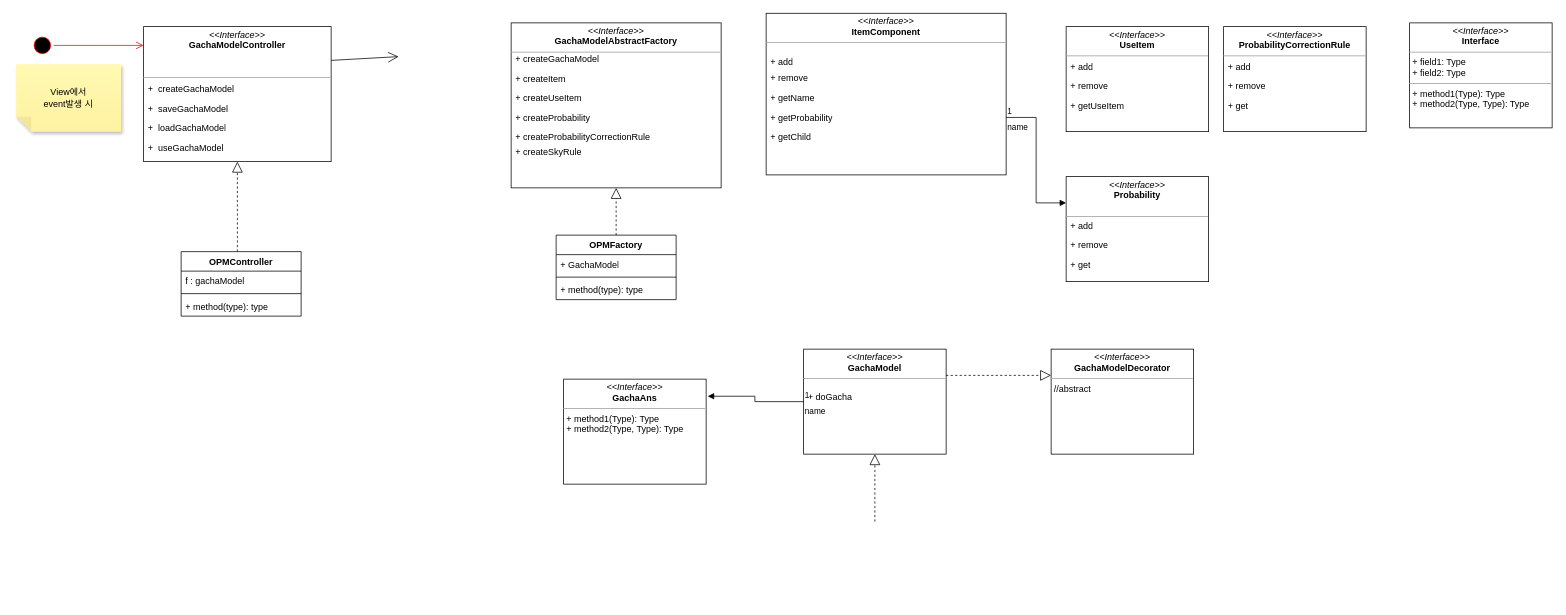
Before: gachaV2.drawio in 20jcode/gachaV2, a draw.io diagram. Source tidied: cells renumbered, new cells numbered last; positions are measured from the earlier drawing's top-left corner, leaving out a move shared by most shapes. Both pictures are drawn from the tidied source at 75%, with x=0, y=0 at pixel (16, 13).
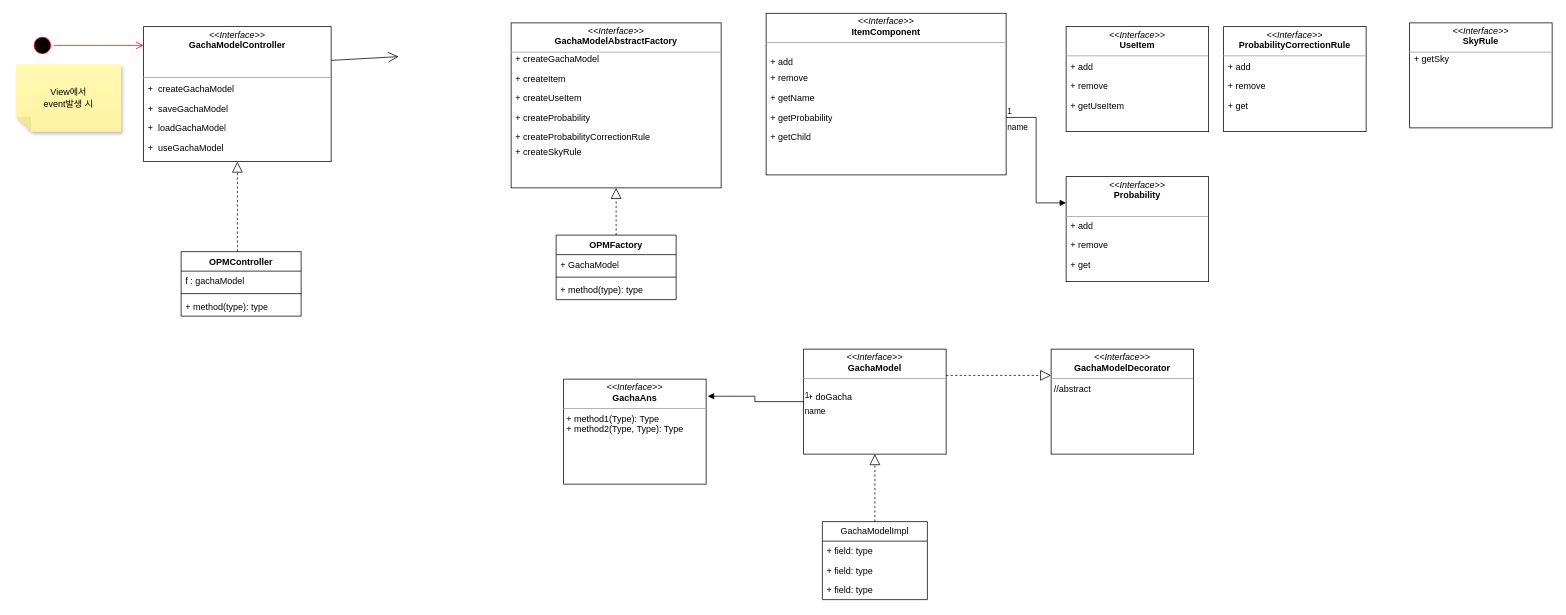
The same diagram, later.

Change to the diagram source:
```diff
@@
-    <mxCell id="60" value="&lt;p style=&quot;margin:0px;margin-top:4px;text-align:center;&quot;&gt;&lt;i&gt;&amp;lt;&amp;lt;Interface&amp;gt;&amp;gt;&lt;/i&gt;&lt;br/&gt;&lt;b&gt;Interface&lt;/b&gt;&lt;/p&gt;&lt;hr size=&quot;1&quot;/&gt;&lt;p style=&quot;margin:0px;margin-left:4px;&quot;&gt;+ field1: Type&lt;br/&gt;+ field2: Type&lt;/p&gt;&lt;hr size=&quot;1&quot;/&gt;&lt;p style=&quot;margin:0px;margin-left:4px;&quot;&gt;+ method1(Type): Type&lt;br/&gt;+ method2(Type, Type): Type&lt;/p&gt;" style="verticalAlign=top;align=left;overflow=fill;fontSize=12;fontFamily=Helvetica;html=1;whiteSpace=wrap;" parent="1" vertex="1">
+    <mxCell id="60" value="&lt;p style=&quot;margin:0px;margin-top:4px;text-align:center;&quot;&gt;&lt;i&gt;&amp;lt;&amp;lt;Interface&amp;gt;&amp;gt;&lt;/i&gt;&lt;br&gt;&lt;b&gt;SkyRule&lt;/b&gt;&lt;/p&gt;&lt;hr size=&quot;1&quot;&gt;&lt;p style=&quot;margin:0px;margin-left:4px;&quot;&gt;&lt;br&gt;&lt;/p&gt;" style="verticalAlign=top;align=left;overflow=fill;fontSize=12;fontFamily=Helvetica;html=1;whiteSpace=wrap;" parent="1" vertex="1">
       <mxGeometry x="1858" y="13" width="190" height="140" as="geometry" />
     </mxCell>
+    <mxCell id="61" value="GachaModelImpl" style="swimlane;fontStyle=0;horizontal=1;startSize=26;fillColor=none;whiteSpace=wrap;html=1;" parent="1" vertex="1">
+      <mxGeometry x="1075" y="678" width="140" height="104" as="geometry" />
+    </mxCell>
+    <mxCell id="62" value="+ field: type" style="text;strokeColor=none;fillColor=none;align=left;verticalAlign=top;spacingLeft=4;spacingRight=4;overflow=hidden;whiteSpace=wrap;html=1;" parent="61" vertex="1">
+      <mxGeometry y="26" width="140" height="26" as="geometry" />
+    </mxCell>
+    <mxCell id="63" value="+ field: type" style="text;strokeColor=none;fillColor=none;align=left;verticalAlign=top;spacingLeft=4;spacingRight=4;overflow=hidden;whiteSpace=wrap;html=1;" parent="61" vertex="1">
+      <mxGeometry y="52" width="140" height="26" as="geometry" />
+    </mxCell>
+    <mxCell id="64" value="+ field: type" style="text;strokeColor=none;fillColor=none;align=left;verticalAlign=top;spacingLeft=4;spacingRight=4;overflow=hidden;whiteSpace=wrap;html=1;" parent="61" vertex="1">
+      <mxGeometry y="78" width="140" height="26" as="geometry" />
+    </mxCell>
+    <mxCell id="65" value="+ getSky" style="text;strokeColor=none;fillColor=none;align=left;verticalAlign=top;spacingLeft=4;spacingRight=4;overflow=hidden;whiteSpace=wrap;html=1;" parent="1" vertex="1">
+      <mxGeometry x="1858" y="48" width="192" height="26" as="geometry" />
+    </mxCell>
```
